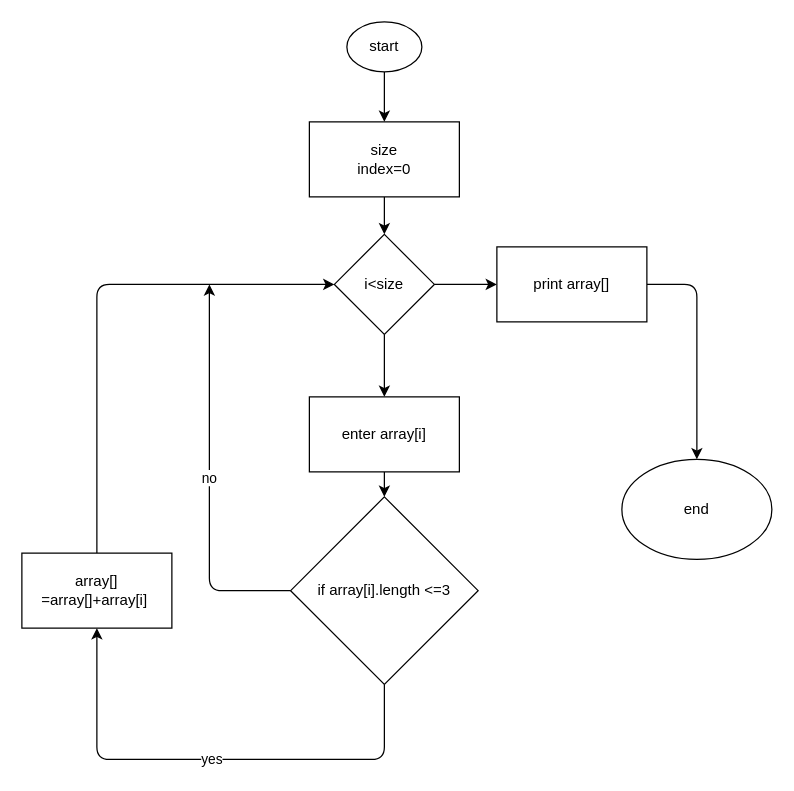
Earlier version of the draw.io diagram chart.drawio (Codelnum/exam1). Source tidied: cells renumbered, new cells numbered last; positions are measured from the earlier drawing's top-left corner, leaving out a move shared by most shapes. Both pictures are drawn from the tidied source at 125%, with x=0, y=0 at pixel (21, 21).
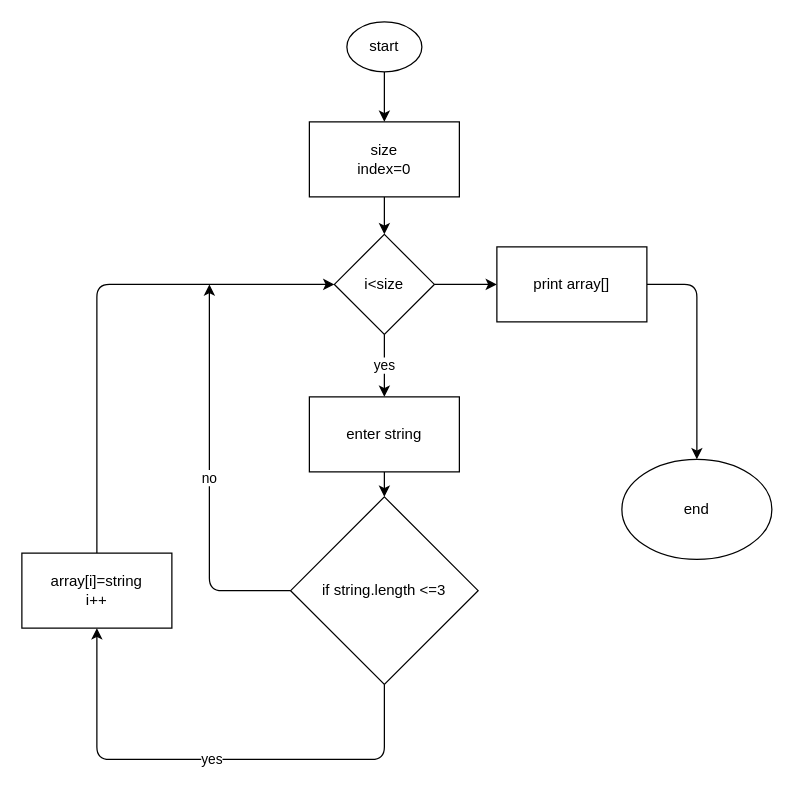
The same diagram, later.

Unchanged cells that the change refers to:
```xml
<mxCell id="8" value="i&amp;lt;size" style="rhombus;whiteSpace=wrap;html=1;" parent="1" vertex="1">
  <mxGeometry x="250" y="170" width="80" height="80" as="geometry" />
</mxCell>
```

Diff of the diagram source:
```diff
@@
-    <mxCell id="6" style="edgeStyle=none;html=1;" parent="1" edge="1" source="8" target="10">
+    <mxCell id="6" value="yes" style="edgeStyle=none;html=1;" parent="1" edge="1" source="8" target="10">
       <mxGeometry relative="1" as="geometry" />
     </mxCell>
@@
-    <mxCell id="10" value="enter array[i]" style="rounded=0;whiteSpace=wrap;html=1;" parent="1" vertex="1">
+    <mxCell id="10" value="enter string" style="rounded=0;whiteSpace=wrap;html=1;" parent="1" vertex="1">
       <mxGeometry x="230" y="300" width="120" height="60" as="geometry" />
     </mxCell>
@@
-    <mxCell id="15" value="if array[i].length &amp;lt;=3" style="rhombus;whiteSpace=wrap;html=1;rounded=0;" parent="1" vertex="1">
+    <mxCell id="15" value="if string.length &amp;lt;=3" style="rhombus;whiteSpace=wrap;html=1;rounded=0;" parent="1" vertex="1">
       <mxGeometry x="215" y="380" width="150" height="150" as="geometry" />
     </mxCell>
@@
-    <mxCell id="17" value="array[] =array[]+array[i]&amp;nbsp;" style="whiteSpace=wrap;html=1;rounded=0;" parent="1" vertex="1">
+    <mxCell id="17" value="array[i]=string&lt;br&gt;i++" style="whiteSpace=wrap;html=1;rounded=0;" parent="1" vertex="1">
       <mxGeometry y="425" width="120" height="60" as="geometry" />
     </mxCell>
```
